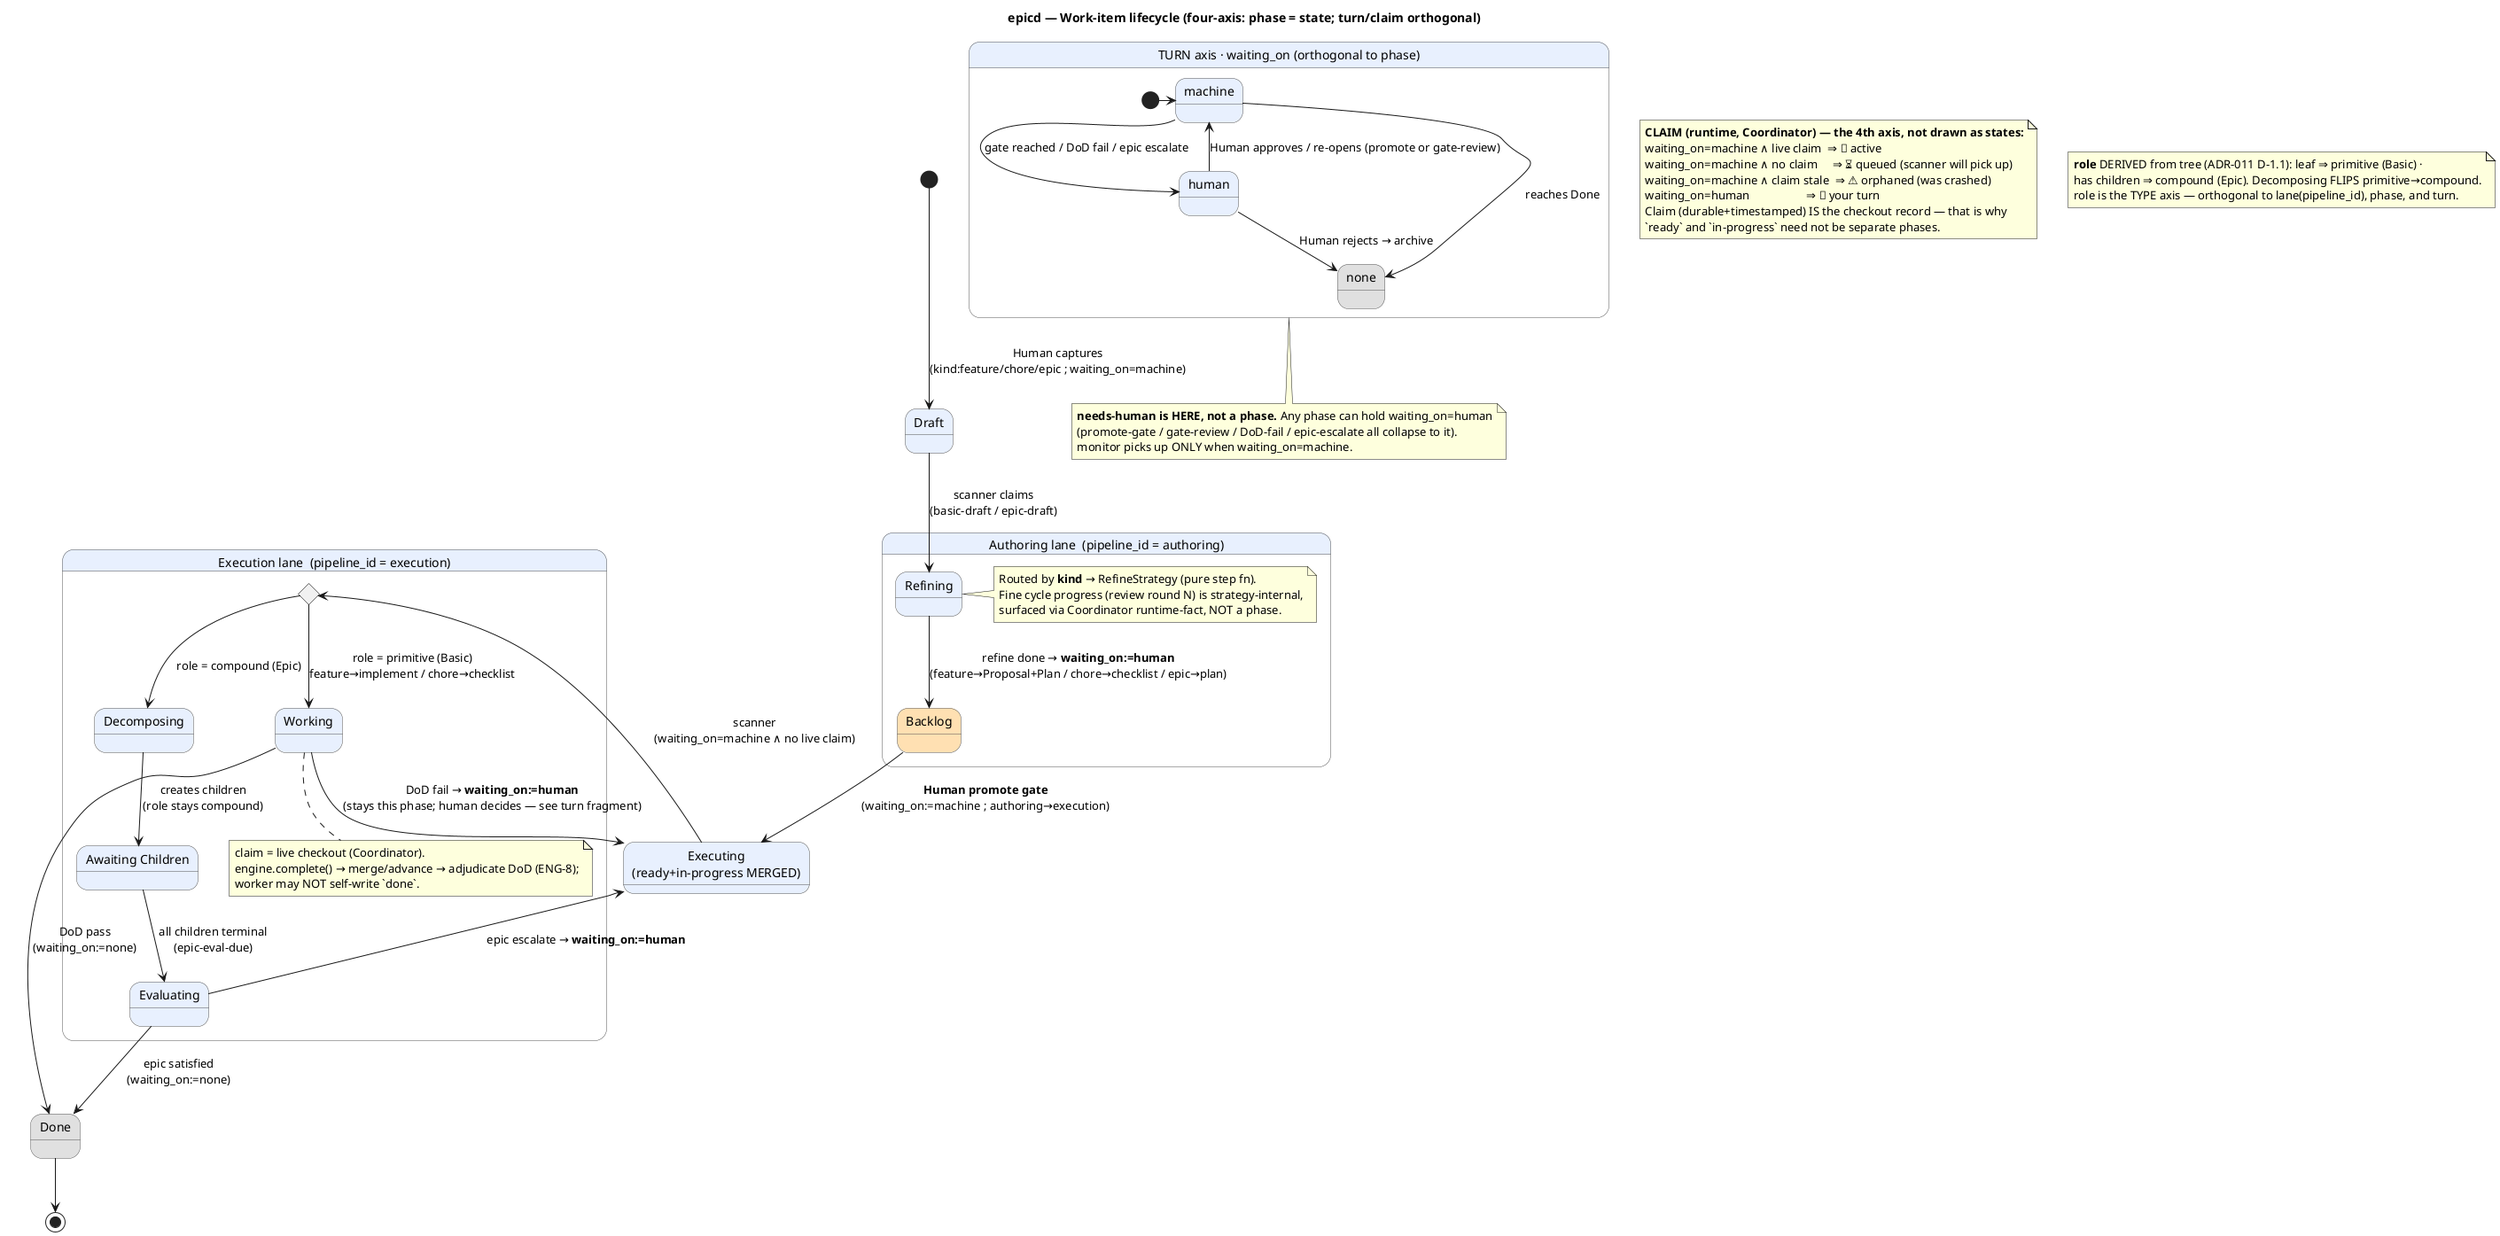
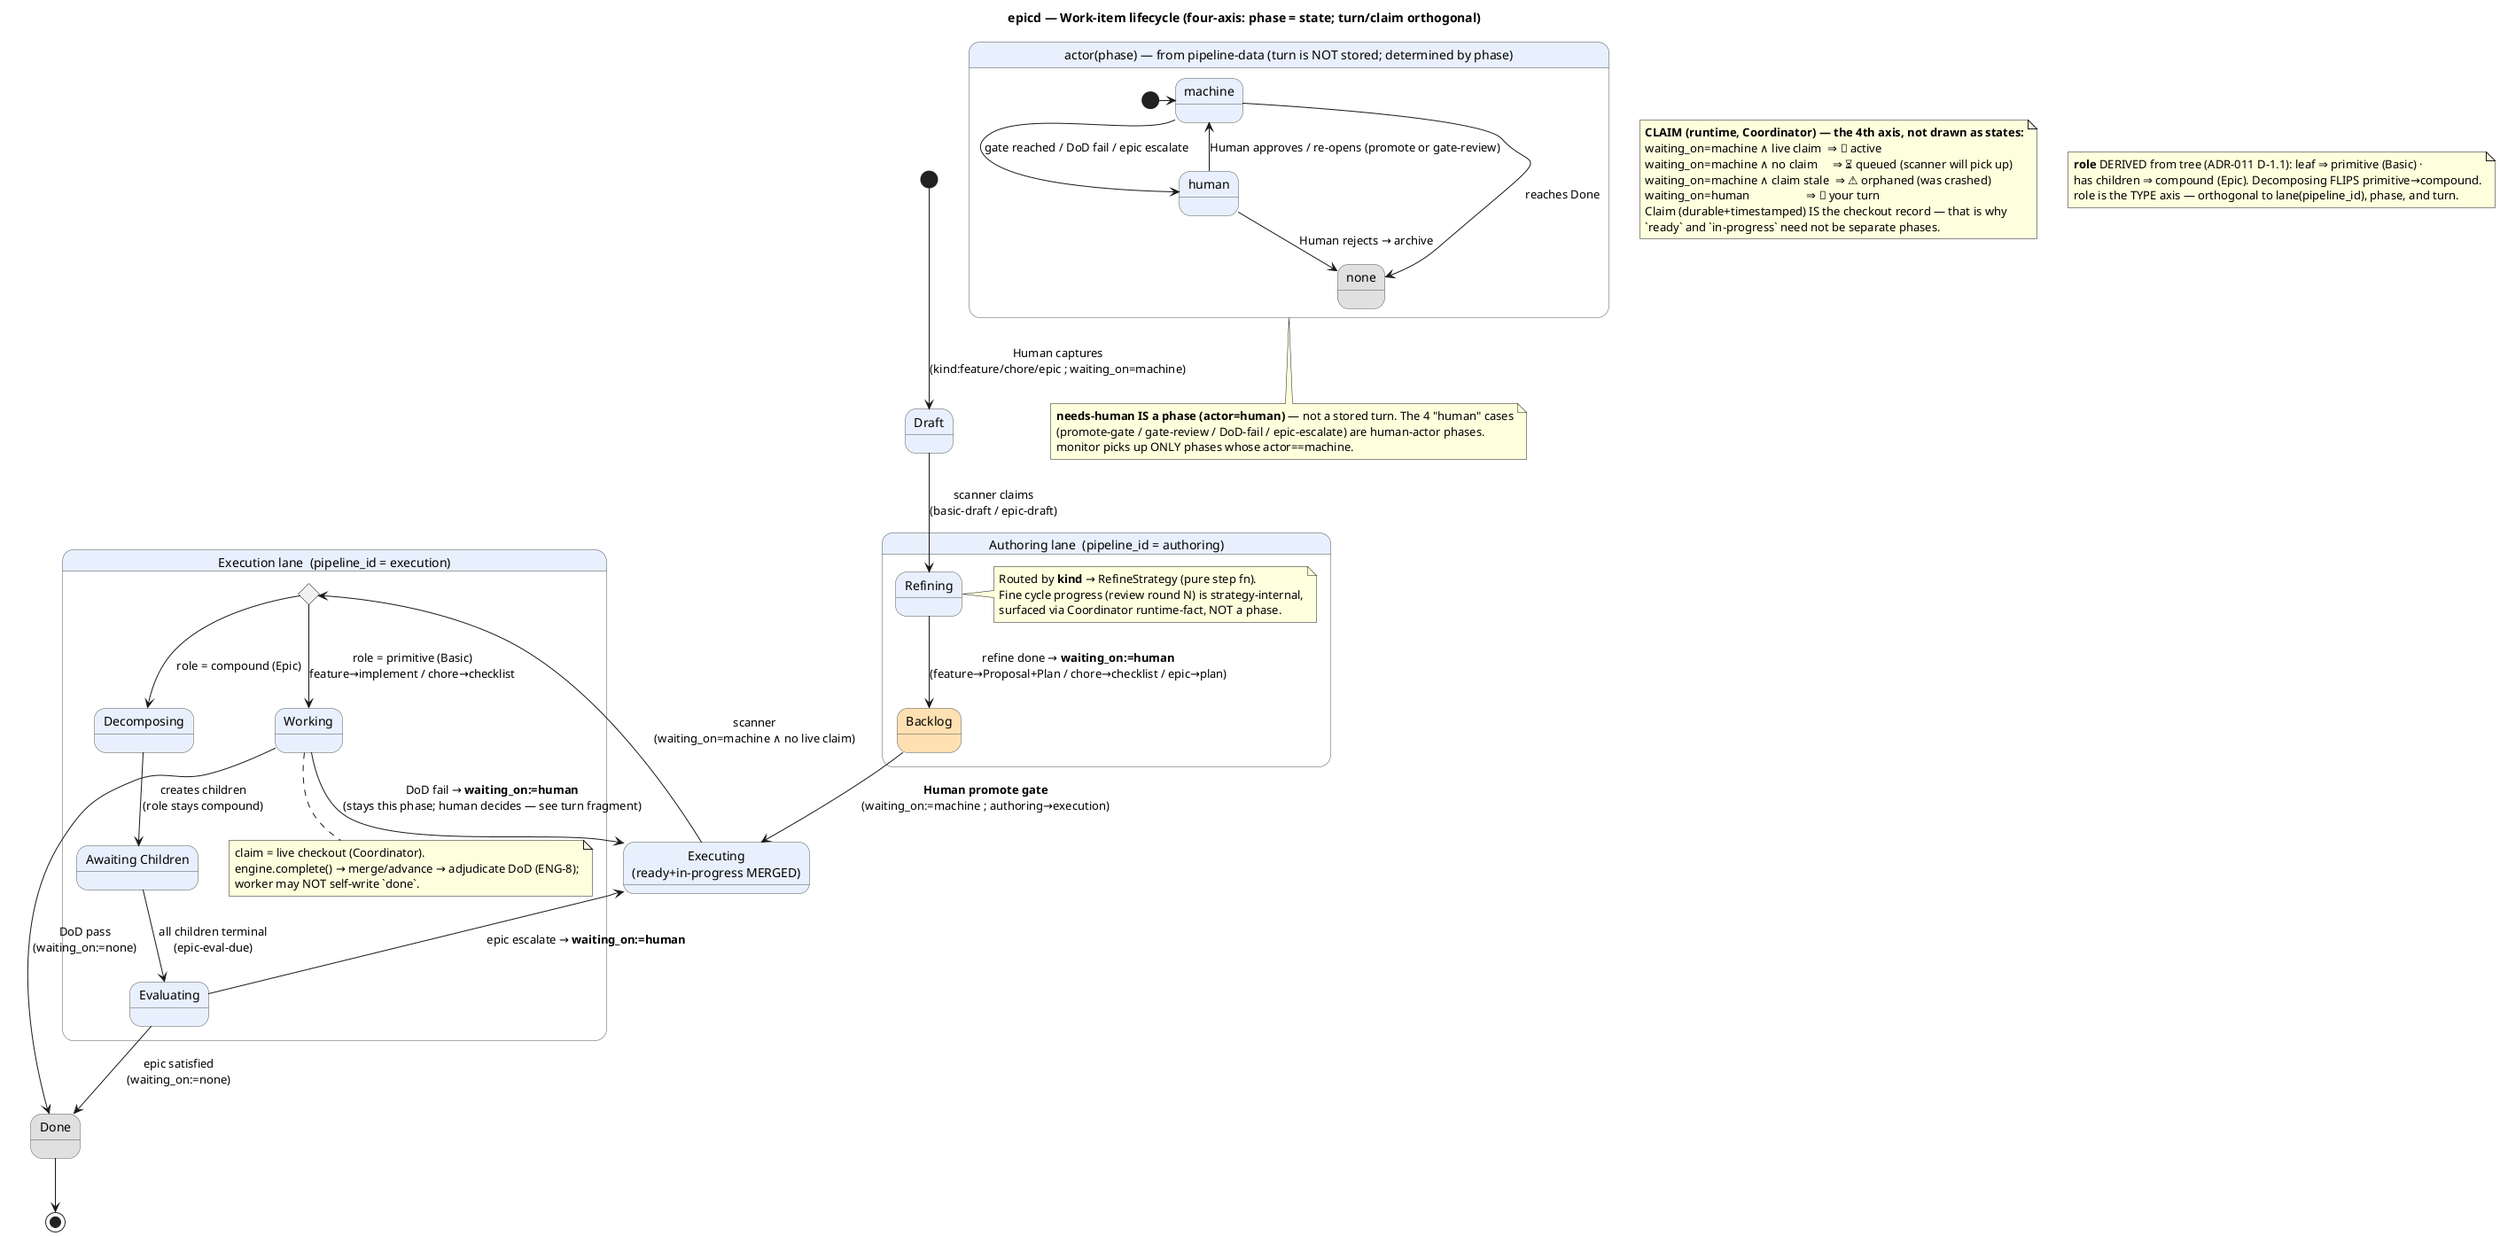
@startuml epicd-workitem-state
' epicd — State diagram: a Task's lifecycle across the authoring & execution pipelines.
- ' FOUR-AXIS model (2026-07-04, proposal §2.3): today's single `state` is decomposed into
- '   lane   = pipeline_id (structural)            — which board lane
- '   phase  = state (pure progress)               — THIS main diagram
- '   turn   = waiting_on ∈ {machine,human,none}   — orthogonal fragment (bottom-left)
- '   claim  = Coordinator runtime fact            — legend (queued vs active vs stale)
- ' `ready`/`in-progress` are MERGED (claim distinguishes queued vs active).
- ' `needs-human` is NOT a phase — it is waiting_on:=human on whatever phase it happens.
+ ' FOUR-AXIS model (2026-07-04 FINAL): per-task stores only pipeline_id + bare `phase`.
+ '   lane   = pipeline_id (field)                    — which board lane
+ '   phase  = bare phase name (this main diagram)     — the ONLY persisted progress axis
+ '   turn   = actor(phase) = pipelineDef[phase].actor ∈ {machine,human,none} — DERIVED from pipeline-data, NOT a field
+ '   role   = derived from tree (ADR-011 D-1.1)
+ '   claim  = Coordinator runtime fact               — legend (queued vs active vs stale)
+ ' `needs-human` IS a phase (actor=human), not a stored turn. `ready`/`in-progress` distinguished
+ ' by CLAIM. status string "Basic: Ready" = label(role, phase) is DERIVED display only. Inert `state` DELETED.

skinparam backgroundColor #FFFFFF
skinparam shadowing false
skinparam state {
  BorderColor #555555
  BackgroundColor #E8F0FE
  BackgroundColor<<gate>> #FFE0B2
  BackgroundColor<<terminal>> #E0E0E0
}

title epicd — Work-item lifecycle (four-axis: phase = state; turn/claim orthogonal)

' ============ PHASE axis (the persisted progress state machine) ============
[*] --> Draft : Human captures\n(kind:feature/chore/epic ; waiting_on=machine)

state "Authoring lane  (pipeline_id = authoring)" as Authoring {
  state Draft
  state Refining
  state Backlog <<gate>>
  Draft --> Refining : scanner claims\n(basic-draft / epic-draft)
  Refining --> Backlog : refine done → **waiting_on:=human**\n(feature→Proposal+Plan / chore→checklist / epic→plan)
  note right of Refining
    Routed by **kind** → RefineStrategy (pure step fn).
    Fine cycle progress (review round N) is strategy-internal,
    surfaced via Coordinator runtime-fact, NOT a phase.
  end note
}

Backlog --> Executing : **Human promote gate**\n(waiting_on:=machine ; authoring→execution)

state "Execution lane  (pipeline_id = execution)" as Execution {
  state chooseRole <<choice>>
  state "Executing\n(ready+in-progress MERGED)" as Executing
  state Decomposing
  state "Awaiting Children" as Awaiting
  state Evaluating

  Executing --> chooseRole : scanner\n(waiting_on=machine ∧ no live claim)
  chooseRole --> Working : role = primitive (Basic)\nfeature→implement / chore→checklist
  chooseRole --> Decomposing : role = compound (Epic)
  state Working
  Decomposing --> Awaiting : creates children\n(role stays compound)
  Awaiting --> Evaluating : all children terminal\n(epic-eval-due)
  note bottom of Working
    claim = live checkout (Coordinator).
    engine.complete() → merge/advance → adjudicate DoD (ENG-8);
    worker may NOT self-write `done`.
  end note
}

state "Done" as Done <<terminal>>

Working --> Done : DoD pass\n(waiting_on:=none)
Working --> Executing : DoD fail → **waiting_on:=human**\n(stays this phase; human decides — see turn fragment)
Evaluating --> Done : epic satisfied\n(waiting_on:=none)
Evaluating --> Executing : epic escalate → **waiting_on:=human**
Done --> [*]

' ============ TURN axis (orthogonal — the ball's court; persisted waiting_on) ============
- state "TURN axis · waiting_on (orthogonal to phase)" as Turn {
+ state "actor(phase) — from pipeline-data (turn is NOT stored; determined by phase)" as Turn {
  state "machine" as T_m
  state "human" as T_h
  state "none" as T_n <<terminal>>
  [*] -> T_m
  T_m --> T_h : gate reached / DoD fail / epic escalate
  T_h --> T_m : Human approves / re-opens (promote or gate-review)
  T_m --> T_n : reaches Done
  T_h --> T_n : Human rejects → archive
}

note bottom of Turn
-   **needs-human is HERE, not a phase.** Any phase can hold waiting_on=human
-   (promote-gate / gate-review / DoD-fail / epic-escalate all collapse to it).
-   monitor picks up ONLY when waiting_on=machine.
+   **needs-human IS a phase (actor=human)** — not a stored turn. The 4 "human" cases
+   (promote-gate / gate-review / DoD-fail / epic-escalate) are human-actor phases.
+   monitor picks up ONLY phases whose actor==machine.
end note

note as N_claim
  **CLAIM (runtime, Coordinator) — the 4th axis, not drawn as states:**
  waiting_on=machine ∧ live claim  ⇒ 🤖 active
  waiting_on=machine ∧ no claim     ⇒ ⏳ queued (scanner will pick up)
  waiting_on=machine ∧ claim stale  ⇒ ⚠️ orphaned (was crashed)
  waiting_on=human                   ⇒ 👤 your turn
  Claim (durable+timestamped) IS the checkout record — that is why
  `ready` and `in-progress` need not be separate phases.
end note

note as N_role
  **role** DERIVED from tree (ADR-011 D-1.1): leaf ⇒ primitive (Basic) ·
  has children ⇒ compound (Epic). Decomposing FLIPS primitive→compound.
  role is the TYPE axis — orthogonal to lane(pipeline_id), phase, and turn.
end note

@enduml
